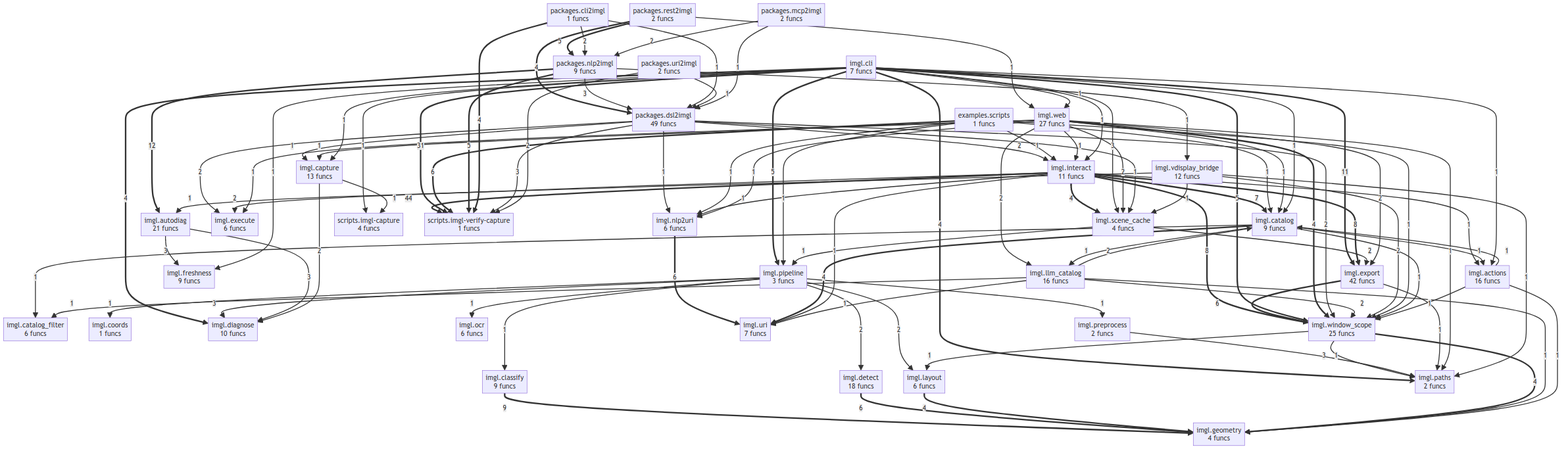
The Mermaid diagram project/compact_flow.png in semcod/imgl, before a commit. Its source is kept beside it as project/compact_flow.mmd. Its diagram source:
```mermaid
flowchart TD
    examples__scripts["examples.scripts<br/>1 funcs"]
    imgl__actions["imgl.actions<br/>16 funcs"]
    imgl__autodiag["imgl.autodiag<br/>21 funcs"]
    imgl__capture["imgl.capture<br/>13 funcs"]
    imgl__catalog["imgl.catalog<br/>9 funcs"]
    imgl__catalog_filter["imgl.catalog_filter<br/>6 funcs"]
    imgl__classify["imgl.classify<br/>9 funcs"]
    imgl__cli["imgl.cli<br/>7 funcs"]
    imgl__coords["imgl.coords<br/>1 funcs"]
    imgl__detect["imgl.detect<br/>18 funcs"]
    imgl__diagnose["imgl.diagnose<br/>10 funcs"]
    imgl__execute["imgl.execute<br/>6 funcs"]
    imgl__export["imgl.export<br/>42 funcs"]
    imgl__freshness["imgl.freshness<br/>9 funcs"]
    imgl__geometry["imgl.geometry<br/>4 funcs"]
    imgl__interact["imgl.interact<br/>11 funcs"]
    imgl__layout["imgl.layout<br/>6 funcs"]
    imgl__llm_catalog["imgl.llm_catalog<br/>16 funcs"]
    imgl__nlp2uri["imgl.nlp2uri<br/>6 funcs"]
    imgl__ocr["imgl.ocr<br/>6 funcs"]
    imgl__paths["imgl.paths<br/>2 funcs"]
    imgl__pipeline["imgl.pipeline<br/>3 funcs"]
    imgl__preprocess["imgl.preprocess<br/>2 funcs"]
    imgl__scene_cache["imgl.scene_cache<br/>4 funcs"]
    imgl__uri["imgl.uri<br/>7 funcs"]
    imgl__vdisplay_bridge["imgl.vdisplay_bridge<br/>12 funcs"]
    imgl__web["imgl.web<br/>27 funcs"]
    imgl__window_scope["imgl.window_scope<br/>25 funcs"]
    packages__cli2imgl["packages.cli2imgl<br/>1 funcs"]
    packages__dsl2imgl["packages.dsl2imgl<br/>49 funcs"]
    packages__mcp2imgl["packages.mcp2imgl<br/>2 funcs"]
    packages__nlp2imgl["packages.nlp2imgl<br/>9 funcs"]
    packages__rest2imgl["packages.rest2imgl<br/>2 funcs"]
    packages__uri2imgl["packages.uri2imgl<br/>2 funcs"]
    scripts__imgl_capture["scripts.imgl-capture<br/>4 funcs"]
    scripts__imgl_verify_capture["scripts.imgl-verify-capture<br/>1 funcs"]
    imgl__interact ==>|44| scripts__imgl_verify_capture
    imgl__cli ==>|31| scripts__imgl_verify_capture
    packages__nlp2imgl ==>|12| imgl__autodiag
    imgl__cli ==>|11| imgl__export
    imgl__classify ==>|9| imgl__geometry
    imgl__interact ==>|8| imgl__export
    imgl__interact ==>|8| imgl__window_scope
    imgl__interact ==>|7| imgl__catalog
    examples__scripts ==>|6| scripts__imgl_verify_capture
    imgl__nlp2uri ==>|6| imgl__uri
    imgl__export ==>|6| imgl__window_scope
    imgl__detect ==>|6| imgl__geometry
    packages__rest2imgl ==>|5| packages__nlp2imgl
    packages__nlp2imgl ==>|5| scripts__imgl_verify_capture
    imgl__cli ==>|5| imgl__window_scope
    imgl__cli ==>|5| imgl__pipeline
    packages__cli2imgl ==>|4| scripts__imgl_verify_capture
    imgl__interact ==>|4| imgl__scene_cache
    imgl__catalog ==>|4| imgl__uri
    imgl__layout ==>|4| imgl__geometry
    imgl__web ==>|4| imgl__window_scope
    packages__rest2imgl ==>|4| packages__dsl2imgl
    imgl__cli ==>|4| imgl__diagnose
    imgl__cli ==>|4| imgl__paths
    imgl__window_scope ==>|4| imgl__geometry
    packages__dsl2imgl -->|3| scripts__imgl_verify_capture
    imgl__pipeline -->|3| imgl__diagnose
    packages__nlp2imgl -->|3| packages__dsl2imgl
    imgl__autodiag -->|3| imgl__freshness
    imgl__autodiag -->|3| imgl__diagnose
    imgl__cli -->|3| imgl__scene_cache
    imgl__window_scope -->|3| imgl__paths
    packages__cli2imgl -->|2| packages__nlp2imgl
    packages__uri2imgl -->|2| scripts__imgl_verify_capture
    packages__mcp2imgl -->|2| packages__nlp2imgl
    packages__dsl2imgl -->|2| imgl__window_scope
    packages__dsl2imgl -->|2| imgl__interact
    packages__dsl2imgl -->|2| imgl__execute
    imgl__scene_cache -->|2| imgl__export
    imgl__interact -->|2| imgl__execute
    imgl__llm_catalog -->|2| imgl__window_scope
    imgl__llm_catalog -->|2| imgl__catalog
    imgl__pipeline -->|2| imgl__detect
    imgl__pipeline -->|2| imgl__layout
    imgl__web -->|2| imgl__scene_cache
    imgl__web -->|2| imgl__export
    imgl__web -->|2| imgl__llm_catalog
    imgl__capture -->|2| imgl__diagnose
    imgl__vdisplay_bridge -->|2| imgl__window_scope
    packages__rest2imgl -->|1| imgl__web
    packages__cli2imgl -->|1| packages__dsl2imgl
    packages__uri2imgl -->|1| packages__dsl2imgl
    packages__mcp2imgl -->|1| packages__dsl2imgl
    packages__dsl2imgl -->|1| imgl__scene_cache
    packages__dsl2imgl -->|1| imgl__nlp2uri
    packages__dsl2imgl -->|1| imgl__capture
    examples__scripts -->|1| imgl__pipeline
    examples__scripts -->|1| imgl__window_scope
    examples__scripts -->|1| imgl__catalog
    examples__scripts -->|1| imgl__nlp2uri
    examples__scripts -->|1| imgl__interact
    imgl__scene_cache -->|1| imgl__pipeline
    imgl__interact -->|1| imgl__actions
    imgl__interact -->|1| imgl__nlp2uri
    imgl__interact -->|1| imgl__uri
    imgl__catalog -->|1| imgl__actions
    imgl__catalog -->|1| imgl__llm_catalog
    imgl__catalog -->|1| imgl__catalog_filter
    imgl__catalog -->|1| imgl__window_scope
    imgl__preprocess -->|1| imgl__paths
    imgl__llm_catalog -->|1| imgl__catalog_filter
    imgl__llm_catalog -->|1| imgl__uri
    imgl__llm_catalog -->|1| imgl__geometry
    imgl__pipeline -->|1| imgl__preprocess
    imgl__pipeline -->|1| imgl__ocr
    imgl__pipeline -->|1| imgl__classify
    imgl__pipeline -->|1| imgl__coords
    imgl__export -->|1| imgl__paths
    imgl__web -->|1| imgl__paths
    imgl__web -->|1| imgl__catalog
    imgl__web -->|1| imgl__capture
    imgl__web -->|1| imgl__nlp2uri
    imgl__web -->|1| imgl__interact
    imgl__web -->|1| imgl__execute
    packages__nlp2imgl -->|1| imgl__vdisplay_bridge
    imgl__cli -->|1| imgl__web
    imgl__cli -->|1| imgl__interact
    imgl__cli -->|1| scripts__imgl_capture
    imgl__cli -->|1| imgl__capture
    imgl__cli -->|1| imgl__freshness
    imgl__cli -->|1| imgl__catalog
    imgl__cli -->|1| imgl__actions
    imgl__actions -->|1| imgl__catalog
    imgl__actions -->|1| imgl__window_scope
    imgl__actions -->|1| imgl__geometry
    imgl__capture -->|1| scripts__imgl_capture
    imgl__window_scope -->|1| imgl__layout
    imgl__vdisplay_bridge -->|1| imgl__scene_cache
    imgl__vdisplay_bridge -->|1| imgl__paths
    imgl__vdisplay_bridge -->|1| imgl__autodiag
```
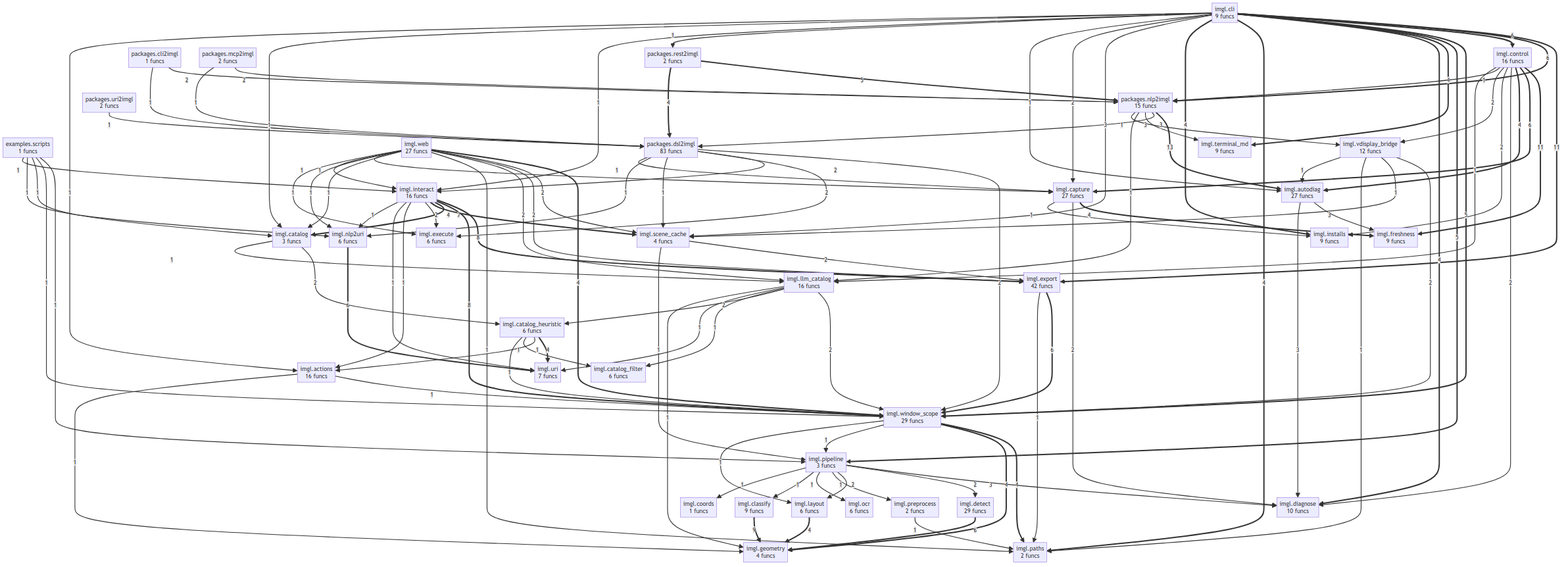
After the commit.

The edit, as a diff of the source:
```diff
@@ -1,20 +1,23 @@
 flowchart TD
     examples__scripts["examples.scripts<br/>1 funcs"]
     imgl__actions["imgl.actions<br/>16 funcs"]
-    imgl__autodiag["imgl.autodiag<br/>21 funcs"]
-    imgl__capture["imgl.capture<br/>13 funcs"]
-    imgl__catalog["imgl.catalog<br/>9 funcs"]
+    imgl__autodiag["imgl.autodiag<br/>27 funcs"]
+    imgl__capture["imgl.capture<br/>27 funcs"]
+    imgl__catalog["imgl.catalog<br/>3 funcs"]
     imgl__catalog_filter["imgl.catalog_filter<br/>6 funcs"]
+    imgl__catalog_heuristic["imgl.catalog_heuristic<br/>6 funcs"]
     imgl__classify["imgl.classify<br/>9 funcs"]
-    imgl__cli["imgl.cli<br/>7 funcs"]
+    imgl__cli["imgl.cli<br/>9 funcs"]
+    imgl__control["imgl.control<br/>16 funcs"]
     imgl__coords["imgl.coords<br/>1 funcs"]
-    imgl__detect["imgl.detect<br/>18 funcs"]
+    imgl__detect["imgl.detect<br/>29 funcs"]
     imgl__diagnose["imgl.diagnose<br/>10 funcs"]
     imgl__execute["imgl.execute<br/>6 funcs"]
     imgl__export["imgl.export<br/>42 funcs"]
     imgl__freshness["imgl.freshness<br/>9 funcs"]
     imgl__geometry["imgl.geometry<br/>4 funcs"]
-    imgl__interact["imgl.interact<br/>11 funcs"]
+    imgl__installs["imgl.installs<br/>9 funcs"]
+    imgl__interact["imgl.interact<br/>16 funcs"]
     imgl__layout["imgl.layout<br/>6 funcs"]
     imgl__llm_catalog["imgl.llm_catalog<br/>16 funcs"]
     imgl__nlp2uri["imgl.nlp2uri<br/>6 funcs"]
@@ -23,68 +26,73 @@
     imgl__pipeline["imgl.pipeline<br/>3 funcs"]
     imgl__preprocess["imgl.preprocess<br/>2 funcs"]
     imgl__scene_cache["imgl.scene_cache<br/>4 funcs"]
+    imgl__terminal_md["imgl.terminal_md<br/>9 funcs"]
     imgl__uri["imgl.uri<br/>7 funcs"]
     imgl__vdisplay_bridge["imgl.vdisplay_bridge<br/>12 funcs"]
     imgl__web["imgl.web<br/>27 funcs"]
-    imgl__window_scope["imgl.window_scope<br/>25 funcs"]
+    imgl__window_scope["imgl.window_scope<br/>29 funcs"]
     packages__cli2imgl["packages.cli2imgl<br/>1 funcs"]
-    packages__dsl2imgl["packages.dsl2imgl<br/>49 funcs"]
+    packages__dsl2imgl["packages.dsl2imgl<br/>83 funcs"]
     packages__mcp2imgl["packages.mcp2imgl<br/>2 funcs"]
-    packages__nlp2imgl["packages.nlp2imgl<br/>9 funcs"]
+    packages__nlp2imgl["packages.nlp2imgl<br/>15 funcs"]
     packages__rest2imgl["packages.rest2imgl<br/>2 funcs"]
     packages__uri2imgl["packages.uri2imgl<br/>2 funcs"]
-    scripts__imgl_capture["scripts.imgl-capture<br/>4 funcs"]
-    scripts__imgl_verify_capture["scripts.imgl-verify-capture<br/>1 funcs"]
-    imgl__interact ==>|44| scripts__imgl_verify_capture
-    imgl__cli ==>|31| scripts__imgl_verify_capture
-    packages__nlp2imgl ==>|12| imgl__autodiag
+    packages__nlp2imgl ==>|13| imgl__autodiag
     imgl__cli ==>|11| imgl__export
+    imgl__control ==>|11| imgl__freshness
     imgl__classify ==>|9| imgl__geometry
     imgl__interact ==>|8| imgl__export
     imgl__interact ==>|8| imgl__window_scope
     imgl__interact ==>|7| imgl__catalog
-    examples__scripts ==>|6| scripts__imgl_verify_capture
     imgl__nlp2uri ==>|6| imgl__uri
     imgl__export ==>|6| imgl__window_scope
     imgl__detect ==>|6| imgl__geometry
+    imgl__cli ==>|6| packages__nlp2imgl
+    imgl__cli ==>|6| imgl__control
+    imgl__control ==>|6| imgl__capture
     packages__rest2imgl ==>|5| packages__nlp2imgl
-    packages__nlp2imgl ==>|5| scripts__imgl_verify_capture
     imgl__cli ==>|5| imgl__window_scope
     imgl__cli ==>|5| imgl__pipeline
-    packages__cli2imgl ==>|4| scripts__imgl_verify_capture
-    imgl__interact ==>|4| imgl__scene_cache
-    imgl__catalog ==>|4| imgl__uri
+    packages__rest2imgl ==>|4| packages__dsl2imgl
     imgl__layout ==>|4| imgl__geometry
     imgl__web ==>|4| imgl__window_scope
-    packages__rest2imgl ==>|4| packages__dsl2imgl
+    imgl__cli ==>|4| imgl__terminal_md
     imgl__cli ==>|4| imgl__diagnose
     imgl__cli ==>|4| imgl__paths
+    imgl__cli ==>|4| imgl__installs
+    imgl__interact ==>|4| imgl__scene_cache
+    imgl__capture ==>|4| imgl__freshness
+    imgl__window_scope ==>|4| imgl__paths
     imgl__window_scope ==>|4| imgl__geometry
-    packages__dsl2imgl -->|3| scripts__imgl_verify_capture
+    imgl__control ==>|4| imgl__autodiag
+    imgl__catalog_heuristic ==>|4| imgl__uri
     imgl__pipeline -->|3| imgl__diagnose
     packages__nlp2imgl -->|3| packages__dsl2imgl
+    packages__nlp2imgl -->|3| imgl__terminal_md
     imgl__autodiag -->|3| imgl__freshness
     imgl__autodiag -->|3| imgl__diagnose
     imgl__cli -->|3| imgl__scene_cache
-    imgl__window_scope -->|3| imgl__paths
     packages__cli2imgl -->|2| packages__nlp2imgl
-    packages__uri2imgl -->|2| scripts__imgl_verify_capture
     packages__mcp2imgl -->|2| packages__nlp2imgl
     packages__dsl2imgl -->|2| imgl__window_scope
     packages__dsl2imgl -->|2| imgl__interact
     packages__dsl2imgl -->|2| imgl__execute
     imgl__scene_cache -->|2| imgl__export
-    imgl__interact -->|2| imgl__execute
-    imgl__llm_catalog -->|2| imgl__window_scope
-    imgl__llm_catalog -->|2| imgl__catalog
     imgl__pipeline -->|2| imgl__detect
     imgl__pipeline -->|2| imgl__layout
     imgl__web -->|2| imgl__scene_cache
     imgl__web -->|2| imgl__export
     imgl__web -->|2| imgl__llm_catalog
+    imgl__cli -->|2| imgl__capture
+    imgl__interact -->|2| imgl__execute
+    imgl__catalog -->|2| imgl__catalog_heuristic
     imgl__capture -->|2| imgl__diagnose
+    imgl__llm_catalog -->|2| imgl__window_scope
+    imgl__llm_catalog -->|2| imgl__catalog_heuristic
+    imgl__control -->|2| imgl__diagnose
+    imgl__control -->|2| imgl__installs
+    imgl__control -->|2| imgl__vdisplay_bridge
     imgl__vdisplay_bridge -->|2| imgl__window_scope
-    packages__rest2imgl -->|1| imgl__web
     packages__cli2imgl -->|1| packages__dsl2imgl
     packages__uri2imgl -->|1| packages__dsl2imgl
     packages__mcp2imgl -->|1| packages__dsl2imgl
@@ -97,17 +105,9 @@
     examples__scripts -->|1| imgl__nlp2uri
     examples__scripts -->|1| imgl__interact
     imgl__scene_cache -->|1| imgl__pipeline
-    imgl__interact -->|1| imgl__actions
-    imgl__interact -->|1| imgl__nlp2uri
-    imgl__interact -->|1| imgl__uri
-    imgl__catalog -->|1| imgl__actions
-    imgl__catalog -->|1| imgl__llm_catalog
-    imgl__catalog -->|1| imgl__catalog_filter
-    imgl__catalog -->|1| imgl__window_scope
+    imgl__actions -->|1| imgl__window_scope
+    imgl__actions -->|1| imgl__geometry
     imgl__preprocess -->|1| imgl__paths
-    imgl__llm_catalog -->|1| imgl__catalog_filter
-    imgl__llm_catalog -->|1| imgl__uri
-    imgl__llm_catalog -->|1| imgl__geometry
     imgl__pipeline -->|1| imgl__preprocess
     imgl__pipeline -->|1| imgl__ocr
     imgl__pipeline -->|1| imgl__classify
@@ -119,19 +119,28 @@
     imgl__web -->|1| imgl__nlp2uri
     imgl__web -->|1| imgl__interact
     imgl__web -->|1| imgl__execute
+    packages__nlp2imgl -->|1| imgl__llm_catalog
     packages__nlp2imgl -->|1| imgl__vdisplay_bridge
-    imgl__cli -->|1| imgl__web
+    imgl__cli -->|1| imgl__autodiag
+    imgl__cli -->|1| packages__rest2imgl
     imgl__cli -->|1| imgl__interact
-    imgl__cli -->|1| scripts__imgl_capture
-    imgl__cli -->|1| imgl__capture
-    imgl__cli -->|1| imgl__freshness
     imgl__cli -->|1| imgl__catalog
     imgl__cli -->|1| imgl__actions
-    imgl__actions -->|1| imgl__catalog
-    imgl__actions -->|1| imgl__window_scope
-    imgl__actions -->|1| imgl__geometry
-    imgl__capture -->|1| scripts__imgl_capture
+    imgl__interact -->|1| imgl__actions
+    imgl__interact -->|1| imgl__uri
+    imgl__interact -->|1| imgl__nlp2uri
+    imgl__catalog -->|1| imgl__llm_catalog
+    imgl__capture -->|1| imgl__installs
+    imgl__llm_catalog -->|1| imgl__catalog_filter
+    imgl__llm_catalog -->|1| imgl__uri
+    imgl__llm_catalog -->|1| imgl__geometry
+    imgl__window_scope -->|1| imgl__pipeline
     imgl__window_scope -->|1| imgl__layout
+    imgl__control -->|1| packages__nlp2imgl
+    imgl__control -->|1| imgl__llm_catalog
     imgl__vdisplay_bridge -->|1| imgl__scene_cache
     imgl__vdisplay_bridge -->|1| imgl__paths
     imgl__vdisplay_bridge -->|1| imgl__autodiag
+    imgl__catalog_heuristic -->|1| imgl__actions
+    imgl__catalog_heuristic -->|1| imgl__catalog_filter
+    imgl__catalog_heuristic -->|1| imgl__window_scope
```
